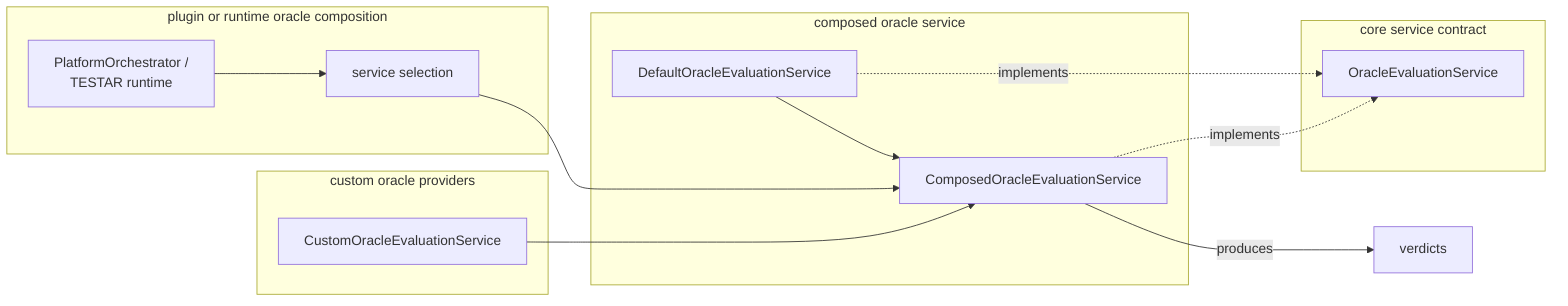
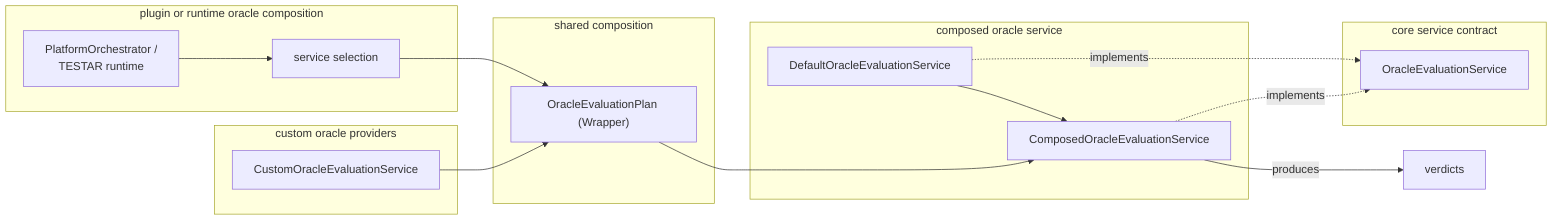
flowchart LR

    subgraph PluginComposition["plugin or runtime oracle composition"]
        Orchestrator["PlatformOrchestrator / <br> TESTAR runtime"]
        ServiceSelection["service selection"]
+     end
+ 
+     subgraph CustomOracleProviders["custom oracle providers"]
+         CustomOracleService["CustomOracleEvaluationService"]
+     end
+ 
+     subgraph SharedContexts["shared composition"]
+         OraclePlan["OracleEvaluationPlan (Wrapper)"]
    end

    subgraph ComposedOracle["composed oracle service"]
        DefaultOracleEvaluationService["DefaultOracleEvaluationService"]
        ComposedOracleEvaluationService["ComposedOracleEvaluationService"]
        DefaultOracleEvaluationService --> ComposedOracleEvaluationService
    end

    subgraph CoreOracle["core service contract"]
        OracleEvaluationService["OracleEvaluationService"]
    end

-     subgraph CustomOracleProviders["custom oracle providers"]
-         CustomOracleService["CustomOracleEvaluationService"]
-     end
+     Orchestrator --> ServiceSelection
+     ServiceSelection --> OraclePlan
+     OraclePlan --> ComposedOracleEvaluationService

-     Orchestrator --> ServiceSelection
-     ServiceSelection --> ComposedOracleEvaluationService
- 
-     CustomOracleService --> ComposedOracleEvaluationService
+     CustomOracleService --> OraclePlan

    DefaultOracleEvaluationService -. implements .-> OracleEvaluationService
    ComposedOracleEvaluationService -. implements .-> OracleEvaluationService

    ComposedOracleEvaluationService -- "produces" --> verdicts

    %% horizontal row nudges
-     ServiceSelection ~~~ ComposedOracle
-     CustomOracleService ~~~ ComposedOracle
+     SharedContexts ~~~ ComposedOracle
